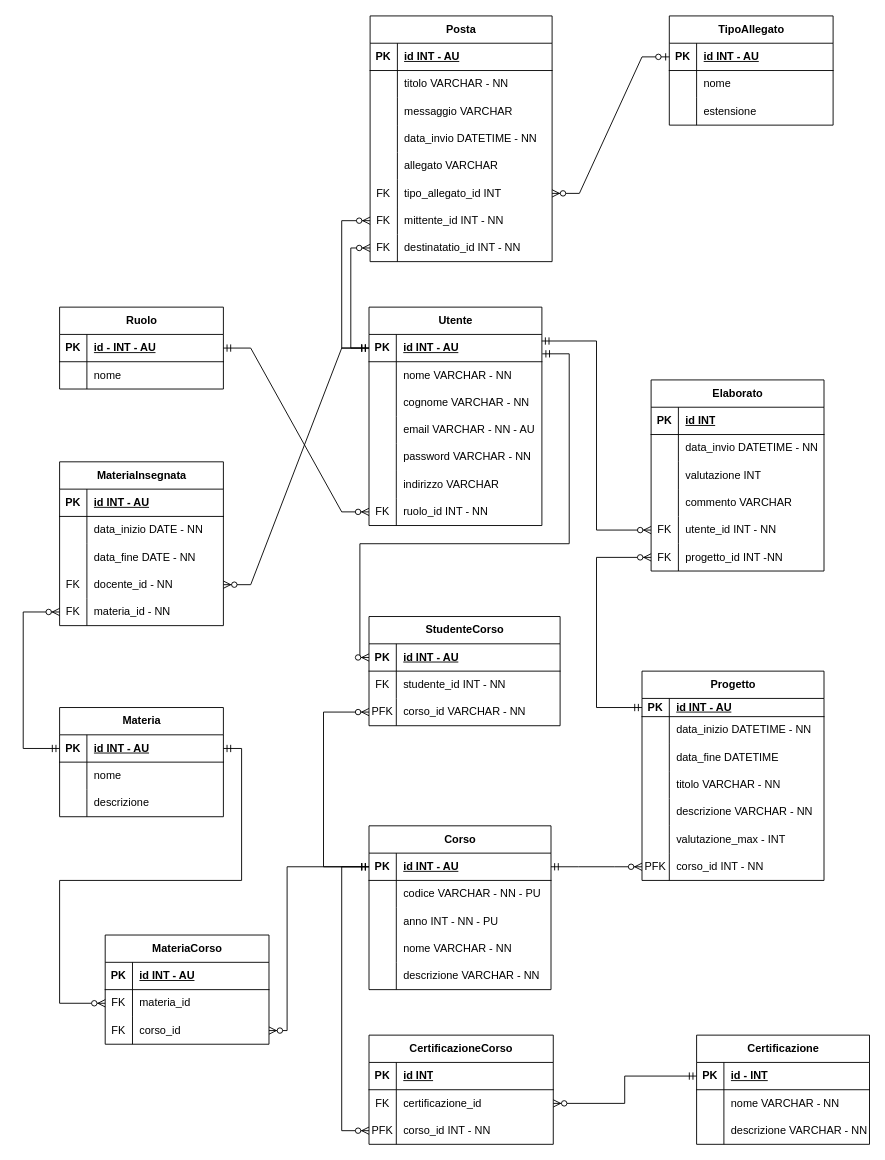
Above: src/main/resources/static/Info_School_Logic.drawio in FabioSarci/InfoSchool (draw.io), before the change. Source tidied: cells renumbered, new cells numbered last; positions are measured from the earlier drawing's top-left corner, leaving out a move shared by most shapes. Both pictures are drawn from the tidied source at 91%, with x=0, y=0 at pixel (23, 15).
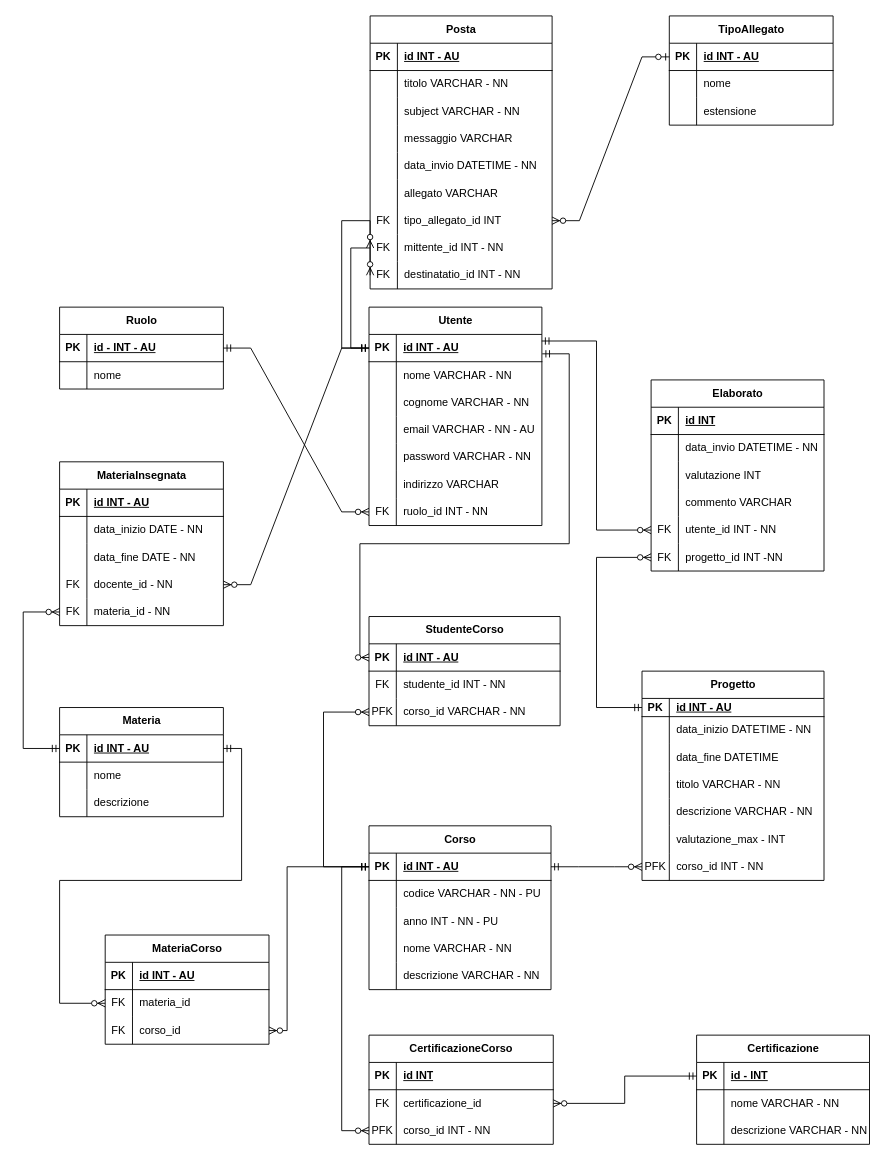
After the change.

The edit, as a diff of the source:
```diff
@@
     <mxCell id="166" value="Posta" style="shape=table;startSize=30;childLayout=tableLayout;rowLines=0;fontStyle=1;align=center;html=1;" parent="1" vertex="1">
-      <mxGeometry x="381.2" width="200" height="270" as="geometry" />
+      <mxGeometry x="381.2" width="200" height="300" as="geometry" />
     </mxCell>
@@
+    <mxCell id="204" style="shape=tableRow;horizontal=0;startSize=0;swimlaneHead=0;swimlaneBody=0;fillColor=none;top=0;left=0;right=0;bottom=0;" parent="166" vertex="1">
+      <mxGeometry y="90" width="200" height="30" as="geometry" />
+    </mxCell>
+    <mxCell id="205" style="shape=partialRectangle;fillColor=none;top=0;left=0;bottom=0;right=0;overflow=hidden;whiteSpace=wrap;html=1;" parent="204" vertex="1">
+      <mxGeometry width="30" height="30" as="geometry" />
+    </mxCell>
+    <mxCell id="206" value="subject VARCHAR - NN" style="shape=partialRectangle;fillColor=none;top=0;left=0;bottom=0;right=0;align=left;spacingLeft=6;overflow=hidden;whiteSpace=wrap;html=1;" parent="204" vertex="1">
+      <mxGeometry x="30" width="170" height="30" as="geometry" />
+    </mxCell>
     <mxCell id="173" style="shape=tableRow;horizontal=0;startSize=0;swimlaneHead=0;swimlaneBody=0;fillColor=none;top=0;left=0;right=0;bottom=0;" parent="166" vertex="1">
-      <mxGeometry y="90" width="200" height="30" as="geometry" />
+      <mxGeometry y="120" width="200" height="30" as="geometry" />
     </mxCell>
@@
     <mxCell id="176" style="shape=tableRow;horizontal=0;startSize=0;swimlaneHead=0;swimlaneBody=0;fillColor=none;top=0;left=0;right=0;bottom=0;" parent="166" vertex="1">
-      <mxGeometry y="120" width="200" height="30" as="geometry" />
+      <mxGeometry y="150" width="200" height="30" as="geometry" />
     </mxCell>
@@
     <mxCell id="179" style="shape=tableRow;horizontal=0;startSize=0;swimlaneHead=0;swimlaneBody=0;fillColor=none;top=0;left=0;right=0;bottom=0;" parent="166" vertex="1">
-      <mxGeometry y="150" width="200" height="30" as="geometry" />
+      <mxGeometry y="180" width="200" height="30" as="geometry" />
     </mxCell>
@@
     <mxCell id="182" style="shape=tableRow;horizontal=0;startSize=0;swimlaneHead=0;swimlaneBody=0;fillColor=none;points=[[0,0.5],[1,0.5]];portConstraint=eastwest;top=0;left=0;right=0;bottom=0;" parent="166" vertex="1">
-      <mxGeometry y="180" width="200" height="30" as="geometry" />
+      <mxGeometry y="210" width="200" height="30" as="geometry" />
     </mxCell>
@@
     <mxCell id="185" style="shape=tableRow;horizontal=0;startSize=0;swimlaneHead=0;swimlaneBody=0;fillColor=none;points=[[0,0.5],[1,0.5]];portConstraint=eastwest;top=0;left=0;right=0;bottom=0;" parent="166" vertex="1">
-      <mxGeometry y="210" width="200" height="30" as="geometry" />
+      <mxGeometry y="240" width="200" height="30" as="geometry" />
     </mxCell>
@@
     <mxCell id="188" style="shape=tableRow;horizontal=0;startSize=0;swimlaneHead=0;swimlaneBody=0;fillColor=none;points=[[0,0.5],[1,0.5]];portConstraint=eastwest;top=0;left=0;right=0;bottom=0;" parent="166" vertex="1">
-      <mxGeometry y="240" width="200" height="30" as="geometry" />
+      <mxGeometry y="270" width="200" height="30" as="geometry" />
     </mxCell>
```
